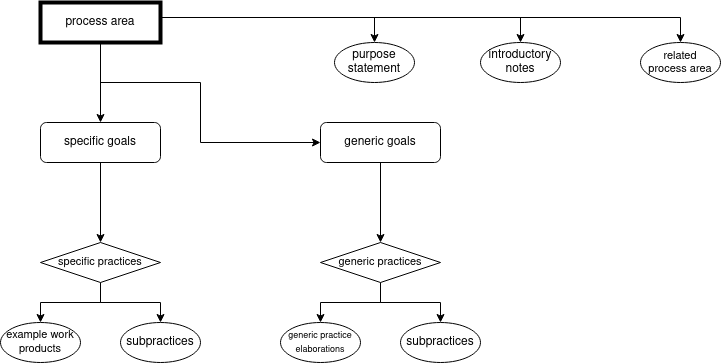
Earlier version of the draw.io export Magistrale/Primo Anno/Processo e Sviluppo Software/img/cmmi.png (dlcgold/Appunti). Source tidied: cells renumbered, new cells last; positions are measured from the earlier drawing's top-left corner, leaving out a move shared by most shapes.
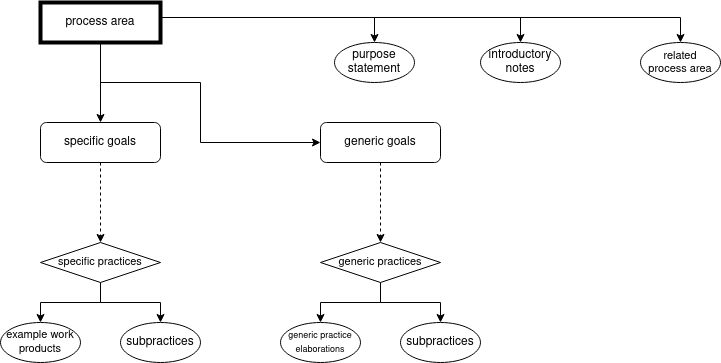
Later version of the same file.

What changed in the source:
```diff
@@ -42,7 +42,7 @@
     <mxCell id="11" value="&lt;div style=&quot;font-size: 11px&quot;&gt;related &lt;br&gt;&lt;/div&gt;&lt;div style=&quot;font-size: 11px&quot;&gt;process area&lt;/div&gt;" style="ellipse;whiteSpace=wrap;html=1;" parent="1" vertex="1">
       <mxGeometry x="640" y="40" width="80" height="40" as="geometry" />
     </mxCell>
-    <mxCell id="12" style="edgeStyle=orthogonalEdgeStyle;rounded=0;jettySize=auto;html=1;exitX=0.5;exitY=1;exitDx=0;exitDy=0;entryX=0.5;entryY=0;entryDx=0;entryDy=0;" parent="1" edge="1" source="13" target="16">
+    <mxCell id="12" style="edgeStyle=orthogonalEdgeStyle;rounded=0;jettySize=auto;html=1;exitX=0.5;exitY=1;exitDx=0;exitDy=0;entryX=0.5;entryY=0;entryDx=0;entryDy=0;dashed=1;" parent="1" edge="1" source="13" target="16">
       <mxGeometry relative="1" as="geometry" />
     </mxCell>
     <mxCell id="13" value="specific goals" style="rounded=1;whiteSpace=wrap;html=1;" parent="1" vertex="1">
@@ -63,7 +63,7 @@
     <mxCell id="18" value="&lt;div&gt;subpractices&lt;/div&gt;" style="ellipse;whiteSpace=wrap;html=1;" parent="1" vertex="1">
       <mxGeometry x="120" y="320" width="80" height="40" as="geometry" />
     </mxCell>
-    <mxCell id="19" style="edgeStyle=orthogonalEdgeStyle;rounded=0;jettySize=auto;html=1;exitX=0.5;exitY=1;exitDx=0;exitDy=0;entryX=0.5;entryY=0;entryDx=0;entryDy=0;" parent="1" edge="1" source="20" target="23">
+    <mxCell id="19" style="edgeStyle=orthogonalEdgeStyle;rounded=0;jettySize=auto;html=1;exitX=0.5;exitY=1;exitDx=0;exitDy=0;entryX=0.5;entryY=0;entryDx=0;entryDy=0;dashed=1;" parent="1" edge="1" source="20" target="23">
       <mxGeometry relative="1" as="geometry" />
     </mxCell>
     <mxCell id="20" value="generic goals" style="rounded=1;whiteSpace=wrap;html=1;" parent="1" vertex="1">
```
